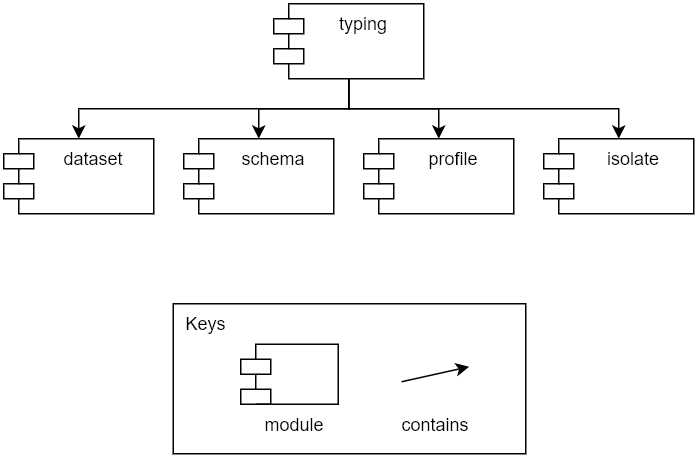
This is wiki/images/phylodb-decomposition-typing.png from phyloviz/phyloDB, a draw.io export, as it was before one commit. Source tidied: cells renumbered, new cells last; positions are measured from the earlier drawing's top-left corner, leaving out a move shared by most shapes. Source of this version:
```xml
<mxGraphModel>
  <root>
    <mxCell id="0" />
    <mxCell id="1" parent="0" />
    <mxCell id="2" style="edgeStyle=orthogonalEdgeStyle;rounded=0;jettySize=auto;html=1;exitX=0.5;exitY=1;exitDx=0;exitDy=0;entryX=0.5;entryY=0;entryDx=0;entryDy=0;" parent="1" edge="1" source="6" target="7">
      <mxGeometry relative="1" as="geometry" />
    </mxCell>
    <mxCell id="3" style="edgeStyle=orthogonalEdgeStyle;rounded=0;jettySize=auto;html=1;exitX=0.5;exitY=1;exitDx=0;exitDy=0;entryX=0.5;entryY=0;entryDx=0;entryDy=0;" parent="1" edge="1" source="6" target="8">
      <mxGeometry relative="1" as="geometry" />
    </mxCell>
    <mxCell id="4" style="edgeStyle=orthogonalEdgeStyle;rounded=0;jettySize=auto;html=1;exitX=0.5;exitY=1;exitDx=0;exitDy=0;entryX=0.5;entryY=0;entryDx=0;entryDy=0;" parent="1" edge="1" source="6" target="10">
      <mxGeometry relative="1" as="geometry" />
    </mxCell>
    <mxCell id="5" style="edgeStyle=orthogonalEdgeStyle;rounded=0;jettySize=auto;html=1;exitX=0.5;exitY=1;exitDx=0;exitDy=0;entryX=0.5;entryY=0;entryDx=0;entryDy=0;" parent="1" edge="1" source="6" target="9">
      <mxGeometry relative="1" as="geometry" />
    </mxCell>
    <mxCell id="6" value="typing" style="shape=module;align=left;spacingLeft=20;align=center;verticalAlign=top;" parent="1" vertex="1">
      <mxGeometry x="180" width="100" height="50" as="geometry" />
    </mxCell>
    <mxCell id="7" value="profile" style="shape=module;align=left;spacingLeft=20;align=center;verticalAlign=top;" parent="1" vertex="1">
      <mxGeometry x="240" y="90" width="100" height="50" as="geometry" />
    </mxCell>
    <mxCell id="8" value="schema" style="shape=module;align=left;spacingLeft=20;align=center;verticalAlign=top;" parent="1" vertex="1">
      <mxGeometry x="120" y="90" width="100" height="50" as="geometry" />
    </mxCell>
    <mxCell id="9" value="dataset" style="shape=module;align=left;spacingLeft=20;align=center;verticalAlign=top;" parent="1" vertex="1">
      <mxGeometry y="90" width="100" height="50" as="geometry" />
    </mxCell>
    <mxCell id="10" value="isolate" style="shape=module;align=left;spacingLeft=20;align=center;verticalAlign=top;" parent="1" vertex="1">
      <mxGeometry x="360" y="90" width="100" height="50" as="geometry" />
    </mxCell>
    <mxCell id="11" style="group;" parent="1" vertex="1">
      <mxGeometry x="113" y="200" width="235" height="100" as="geometry" />
    </mxCell>
    <mxCell id="12" value="&amp;nbsp; Keys" style="rounded=0;whiteSpace=wrap;html=1;align=left;verticalAlign=top;" parent="11" vertex="1">
      <mxGeometry width="235" height="100" as="geometry" />
    </mxCell>
    <mxCell id="13" style="endArrow=classic;html=1;exitX=1;exitY=0.5;exitDx=0;exitDy=0;startArrow=none;startFill=0;endFill=1;" parent="11" edge="1">
      <mxGeometry relative="1" as="geometry">
        <mxPoint x="152.2" y="52" as="sourcePoint" />
        <mxPoint x="197.2" y="42" as="targetPoint" />
      </mxGeometry>
    </mxCell>
    <mxCell id="14" value="contains" style="text;html=1;strokeColor=none;fillColor=none;align=center;verticalAlign=middle;whiteSpace=wrap;rounded=0;" parent="11" vertex="1">
      <mxGeometry x="145" y="70" width="59.5" height="20" as="geometry" />
    </mxCell>
    <mxCell id="15" style="shape=module;align=left;spacingLeft=20;align=center;verticalAlign=top;" parent="11" vertex="1">
      <mxGeometry x="45" y="27" width="65" height="40" as="geometry" />
    </mxCell>
    <mxCell id="16" value="module" style="text;html=1;strokeColor=none;fillColor=none;align=center;verticalAlign=middle;whiteSpace=wrap;rounded=0;" parent="11" vertex="1">
      <mxGeometry x="50.5" y="70" width="59.5" height="20" as="geometry" />
    </mxCell>
  </root>
</mxGraphModel>
```
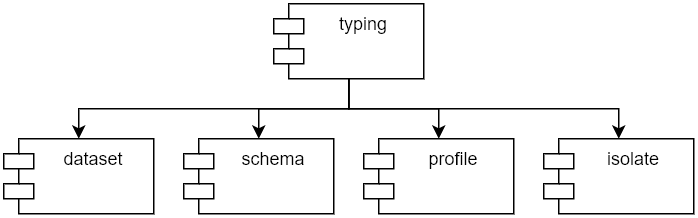
After the change.

Change to the diagram source:
```diff
@@ -29,26 +29,5 @@
     <mxCell id="10" value="isolate" style="shape=module;align=left;spacingLeft=20;align=center;verticalAlign=top;" parent="1" vertex="1">
       <mxGeometry x="360" y="90" width="100" height="50" as="geometry" />
     </mxCell>
-    <mxCell id="11" style="group;" parent="1" vertex="1">
-      <mxGeometry x="113" y="200" width="235" height="100" as="geometry" />
-    </mxCell>
-    <mxCell id="12" value="&amp;nbsp; Keys" style="rounded=0;whiteSpace=wrap;html=1;align=left;verticalAlign=top;" parent="11" vertex="1">
-      <mxGeometry width="235" height="100" as="geometry" />
-    </mxCell>
-    <mxCell id="13" style="endArrow=classic;html=1;exitX=1;exitY=0.5;exitDx=0;exitDy=0;startArrow=none;startFill=0;endFill=1;" parent="11" edge="1">
-      <mxGeometry relative="1" as="geometry">
-        <mxPoint x="152.2" y="52" as="sourcePoint" />
-        <mxPoint x="197.2" y="42" as="targetPoint" />
-      </mxGeometry>
-    </mxCell>
-    <mxCell id="14" value="contains" style="text;html=1;strokeColor=none;fillColor=none;align=center;verticalAlign=middle;whiteSpace=wrap;rounded=0;" parent="11" vertex="1">
-      <mxGeometry x="145" y="70" width="59.5" height="20" as="geometry" />
-    </mxCell>
-    <mxCell id="15" style="shape=module;align=left;spacingLeft=20;align=center;verticalAlign=top;" parent="11" vertex="1">
-      <mxGeometry x="45" y="27" width="65" height="40" as="geometry" />
-    </mxCell>
-    <mxCell id="16" value="module" style="text;html=1;strokeColor=none;fillColor=none;align=center;verticalAlign=middle;whiteSpace=wrap;rounded=0;" parent="11" vertex="1">
-      <mxGeometry x="50.5" y="70" width="59.5" height="20" as="geometry" />
-    </mxCell>
   </root>
 </mxGraphModel>
```
